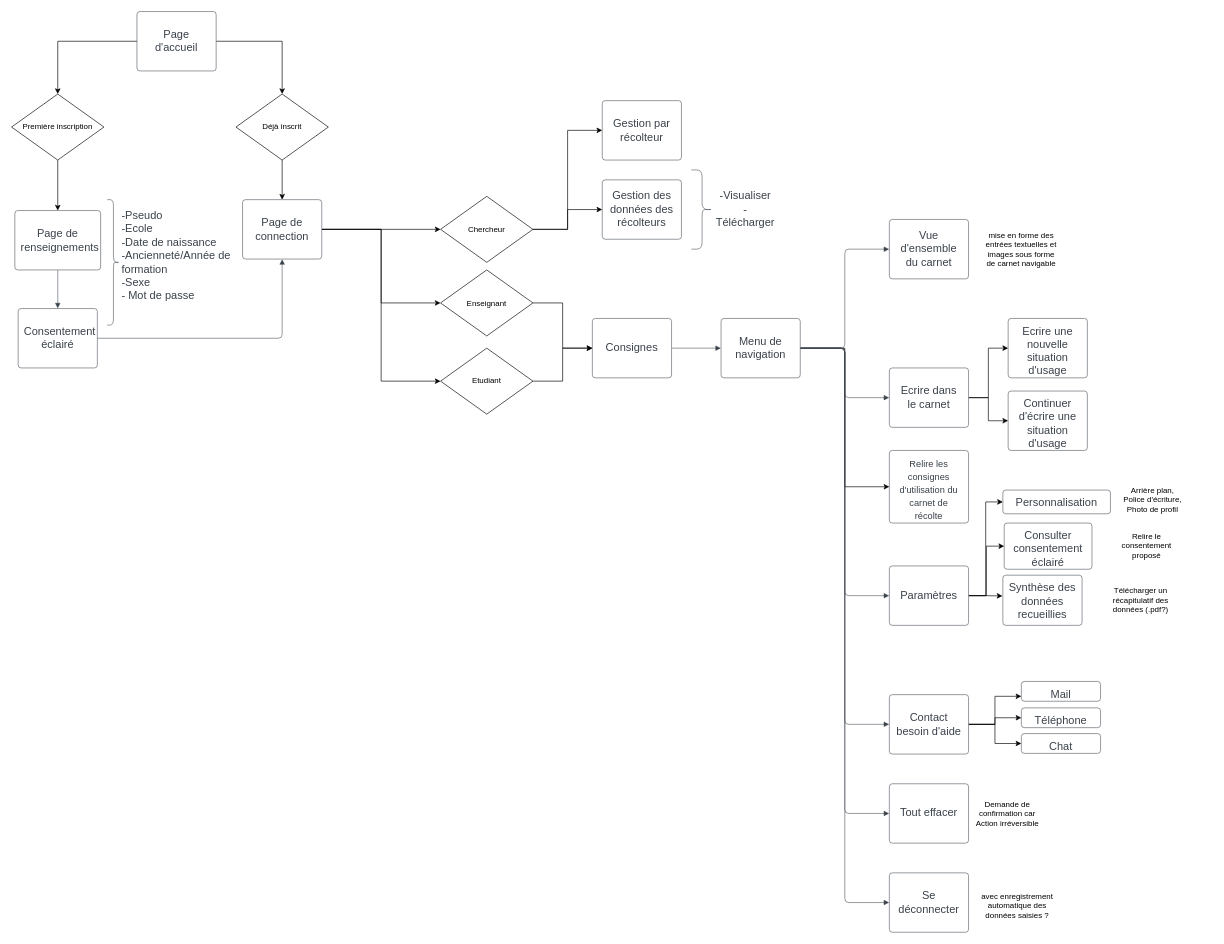
The draw.io diagram carnet_siteweb.drawio in OnzeUn/carnetV0, before the edit. Source tidied: cells renumbered, new cells numbered last; positions are measured from the earlier drawing's top-left corner, leaving out a move shared by most shapes. Both pictures are drawn from the tidied source at 66%, with x=0, y=0 at pixel (11, 11).
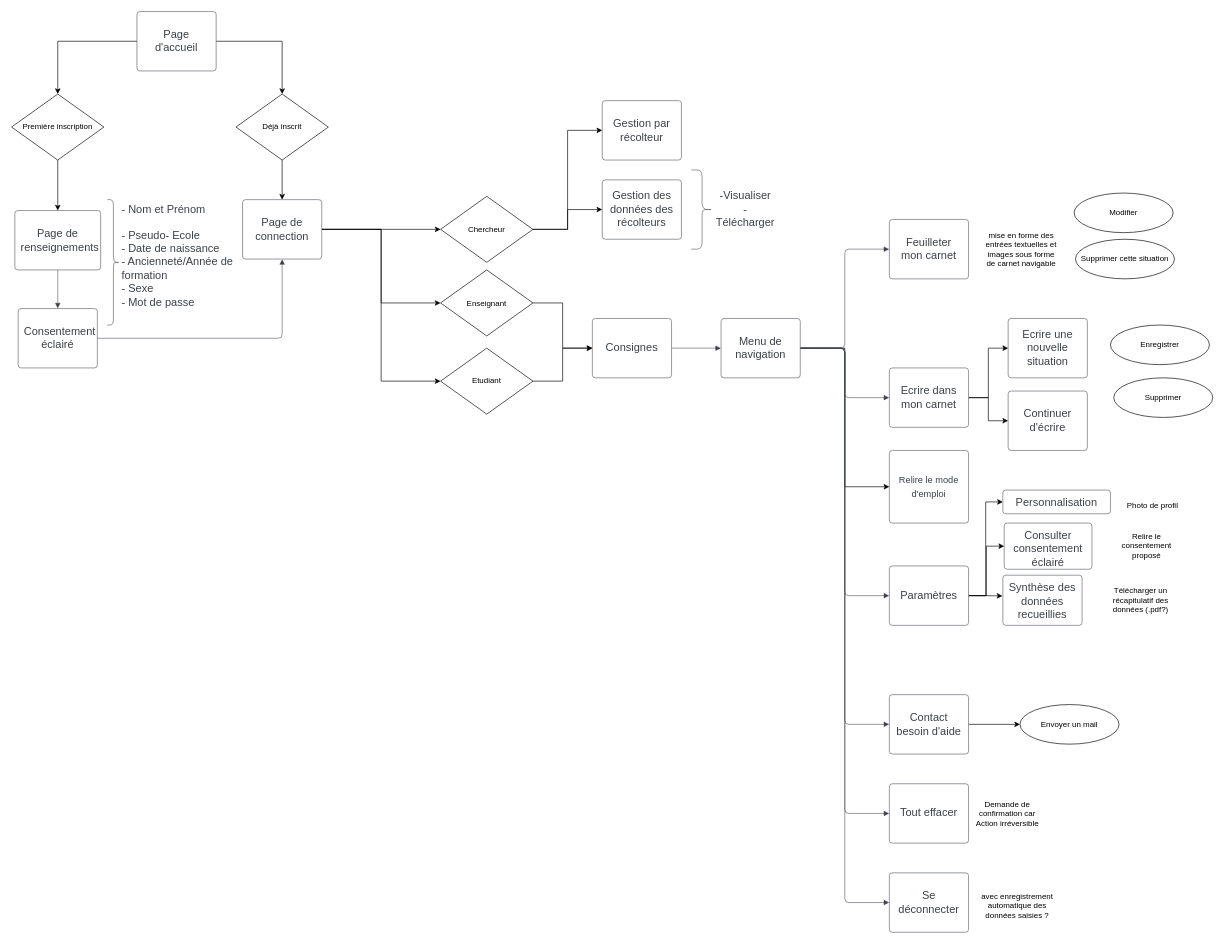
The same page after the edit.

Commit message:
Mettre à jour carnet_siteweb.drawio

The change refers to these unchanged cells:
```xml
<mxCell id="23" value="Contact besoin d'aide" style="html=1;overflow=block;blockSpacing=1;whiteSpace=wrap;fontSize=16.7;fontColor=#3a414a;spacing=9;strokeColor=#3a414a;strokeOpacity=100;rounded=1;absoluteArcSize=1;arcSize=9;strokeWidth=0.8;" parent="1" vertex="1">
  <mxGeometry x="1330" y="1035" width="120" height="90" as="geometry" />
</mxCell>
<mxCell id="37" style="strokeColor=none;fillColor=none;whiteSpace=wrap;fontSize=16.7;fontColor=#3a414a;spacing=3.8;strokeOpacity=100;rounded=1;absoluteArcSize=1;arcSize=9;strokeWidth=0.8;html=1;" parent="1" vertex="1">
  <mxGeometry x="145" y="285" width="195" height="190" as="geometry" />
</mxCell>
```

Diff of the diagram source:
```diff
@@
-    <mxCell id="12" value="Vue d'ensemble du carnet" style="html=1;overflow=block;blockSpacing=1;whiteSpace=wrap;fontSize=16.7;fontColor=#3a414a;spacing=9;strokeColor=#3a414a;strokeOpacity=100;rounded=1;absoluteArcSize=1;arcSize=9;strokeWidth=0.8;" parent="1" vertex="1">
+    <mxCell id="12" value="Feuilleter mon carnet" style="html=1;overflow=block;blockSpacing=1;whiteSpace=wrap;fontSize=16.7;fontColor=#3a414a;spacing=9;strokeColor=#3a414a;strokeOpacity=100;rounded=1;absoluteArcSize=1;arcSize=9;strokeWidth=0.8;" parent="1" vertex="1">
       <mxGeometry x="1330" y="315" width="120" height="90" as="geometry" />
     </mxCell>
@@
-    <mxCell id="15" value="Ecrire dans le carnet" style="html=1;overflow=block;blockSpacing=1;whiteSpace=wrap;fontSize=16.7;fontColor=#3a414a;spacing=9;strokeColor=#3a414a;strokeOpacity=100;rounded=1;absoluteArcSize=1;arcSize=9;strokeWidth=0.8;" parent="1" vertex="1">
+    <mxCell id="15" value="Ecrire dans mon carnet" style="html=1;overflow=block;blockSpacing=1;whiteSpace=wrap;fontSize=16.7;fontColor=#3a414a;spacing=9;strokeColor=#3a414a;strokeOpacity=100;rounded=1;absoluteArcSize=1;arcSize=9;strokeWidth=0.8;" parent="1" vertex="1">
       <mxGeometry x="1330" y="540" width="120" height="90" as="geometry" />
     </mxCell>
@@
-    <mxCell id="20" style="edgeStyle=orthogonalEdgeStyle;rounded=0;jettySize=auto;html=1;entryX=0;entryY=0.75;entryDx=0;entryDy=0;" parent="1" edge="1" source="23" target="50">
-      <mxGeometry relative="1" as="geometry" />
-    </mxCell>
-    <mxCell id="21" style="edgeStyle=orthogonalEdgeStyle;rounded=0;jettySize=auto;html=1;entryX=0;entryY=0.5;entryDx=0;entryDy=0;" parent="1" edge="1" source="23" target="49">
-      <mxGeometry relative="1" as="geometry" />
-    </mxCell>
-    <mxCell id="22" style="edgeStyle=orthogonalEdgeStyle;rounded=0;jettySize=auto;html=1;entryX=0;entryY=0.5;entryDx=0;entryDy=0;" parent="1" edge="1" source="23" target="48">
-      <mxGeometry relative="1" as="geometry" />
-    </mxCell>
+    <mxCell id="71" style="edgeStyle=orthogonalEdgeStyle;rounded=0;jettySize=auto;html=1;entryX=0;entryY=0.5;entryDx=0;entryDy=0;" parent="1" edge="1" source="23" target="76">
+      <mxGeometry relative="1" as="geometry" />
+    </mxCell>
@@
-    <mxCell id="39" value="-Pseudo&#10;-Ecole&#10;-Date de naissance&#10;-Ancienneté/Année de formation&#10;-Sexe&#10;- Mot de passe&#10;" style="strokeColor=none;fillColor=none;whiteSpace=wrap;fontSize=16.7;fontColor=#3a414a;spacing=3.8;strokeOpacity=100;rounded=1;absoluteArcSize=1;arcSize=9;strokeWidth=0.8;align=left;" parent="37" vertex="1">
+    <mxCell id="39" value="- Nom et Prénom&#10;&#10;- Pseudo- Ecole&#10;- Date de naissance&#10;- Ancienneté/Année de formation&#10;- Sexe&#10;- Mot de passe&#10;" style="strokeColor=none;fillColor=none;whiteSpace=wrap;fontSize=16.7;fontColor=#3a414a;spacing=3.8;strokeOpacity=100;rounded=1;absoluteArcSize=1;arcSize=9;strokeWidth=0.8;align=left;" parent="37" vertex="1">
       <mxGeometry x="18.8" width="176.2" height="190" as="geometry" />
     </mxCell>
@@
-    <mxCell id="48" value="Chat" style="html=1;overflow=block;blockSpacing=1;whiteSpace=wrap;fontSize=16.7;fontColor=#3a414a;spacing=9;strokeColor=#3a414a;strokeOpacity=100;rounded=1;absoluteArcSize=1;arcSize=9;strokeWidth=0.8;" parent="1" vertex="1">
-      <mxGeometry x="1530" y="1094" width="120" height="30" as="geometry" />
-    </mxCell>
-    <mxCell id="49" value="Téléphone" style="html=1;overflow=block;blockSpacing=1;whiteSpace=wrap;fontSize=16.7;fontColor=#3a414a;spacing=9;strokeColor=#3a414a;strokeOpacity=100;rounded=1;absoluteArcSize=1;arcSize=9;strokeWidth=0.8;" parent="1" vertex="1">
-      <mxGeometry x="1530" y="1055" width="120" height="30" as="geometry" />
-    </mxCell>
-    <mxCell id="50" value="Mail" style="html=1;overflow=block;blockSpacing=1;whiteSpace=wrap;fontSize=16.7;fontColor=#3a414a;spacing=9;strokeColor=#3a414a;strokeOpacity=100;rounded=1;absoluteArcSize=1;arcSize=9;strokeWidth=0.8;" parent="1" vertex="1">
-      <mxGeometry x="1530" y="1015" width="120" height="30" as="geometry" />
-    </mxCell>
@@
-    <mxCell id="52" value="&lt;div&gt;Arrière plan, Police d'écriture,&lt;/div&gt;&lt;div&gt;Photo de profil&lt;br&gt;&lt;/div&gt;" style="text;html=1;strokeColor=none;fillColor=none;align=center;verticalAlign=middle;whiteSpace=wrap;rounded=0;" parent="1" vertex="1">
+    <mxCell id="52" value="&lt;div&gt;&lt;br&gt;&lt;/div&gt;&lt;div&gt;Photo de profil&lt;br&gt;&lt;/div&gt;" style="text;html=1;strokeColor=none;fillColor=none;align=center;verticalAlign=middle;whiteSpace=wrap;rounded=0;" parent="1" vertex="1">
       <mxGeometry x="1678" y="718" width="102" height="43" as="geometry" />
     </mxCell>
@@
-    <mxCell id="55" value="Ecrire une nouvelle situation d'usage" style="html=1;overflow=block;blockSpacing=1;whiteSpace=wrap;fontSize=16.7;fontColor=#3a414a;spacing=9;strokeColor=#3a414a;strokeOpacity=100;rounded=1;absoluteArcSize=1;arcSize=9;strokeWidth=0.8;" parent="1" vertex="1">
+    <mxCell id="55" value="Ecrire une nouvelle situation " style="html=1;overflow=block;blockSpacing=1;whiteSpace=wrap;fontSize=16.7;fontColor=#3a414a;spacing=9;strokeColor=#3a414a;strokeOpacity=100;rounded=1;absoluteArcSize=1;arcSize=9;strokeWidth=0.8;" parent="1" vertex="1">
       <mxGeometry x="1510" y="465" width="120" height="90" as="geometry" />
     </mxCell>
-    <mxCell id="56" value="Continuer d'écrire une situation d'usage" style="html=1;overflow=block;blockSpacing=1;whiteSpace=wrap;fontSize=16.7;fontColor=#3a414a;spacing=9;strokeColor=#3a414a;strokeOpacity=100;rounded=1;absoluteArcSize=1;arcSize=9;strokeWidth=0.8;" parent="1" vertex="1">
+    <mxCell id="56" value="Continuer d'écrire " style="html=1;overflow=block;blockSpacing=1;whiteSpace=wrap;fontSize=16.7;fontColor=#3a414a;spacing=9;strokeColor=#3a414a;strokeOpacity=100;rounded=1;absoluteArcSize=1;arcSize=9;strokeWidth=0.8;" parent="1" vertex="1">
       <mxGeometry x="1510" y="575" width="120" height="90" as="geometry" />
     </mxCell>
-    <mxCell id="57" value="&lt;font style=&quot;font-size: 14px;&quot;&gt;Relire les consignes d'utilisation du carnet de récolte&lt;br&gt;&lt;/font&gt;" style="html=1;overflow=block;blockSpacing=1;whiteSpace=wrap;fontSize=16.7;fontColor=#3a414a;spacing=9;strokeColor=#3a414a;strokeOpacity=100;rounded=1;absoluteArcSize=1;arcSize=9;strokeWidth=0.8;" parent="1" vertex="1">
+    <mxCell id="57" value="&lt;font style=&quot;font-size: 14px;&quot;&gt;Relire le mode d'emploi&lt;br&gt;&lt;/font&gt;" style="html=1;overflow=block;blockSpacing=1;whiteSpace=wrap;fontSize=16.7;fontColor=#3a414a;spacing=9;strokeColor=#3a414a;strokeOpacity=100;rounded=1;absoluteArcSize=1;arcSize=9;strokeWidth=0.8;" parent="1" vertex="1">
       <mxGeometry x="1330" y="665" width="120" height="110" as="geometry" />
     </mxCell>
@@
+    <mxCell id="72" value="Modifier" style="ellipse;whiteSpace=wrap;html=1;" parent="1" vertex="1">
+      <mxGeometry x="1610" y="275" width="150" height="60" as="geometry" />
+    </mxCell>
+    <mxCell id="73" value="Supprimer cette situation" style="ellipse;whiteSpace=wrap;html=1;" parent="1" vertex="1">
+      <mxGeometry x="1612" y="345" width="150" height="60" as="geometry" />
+    </mxCell>
+    <mxCell id="74" value="Enregistrer" style="ellipse;whiteSpace=wrap;html=1;" parent="1" vertex="1">
+      <mxGeometry x="1665" y="475" width="150" height="60" as="geometry" />
+    </mxCell>
+    <mxCell id="75" value="Supprimer" style="ellipse;whiteSpace=wrap;html=1;" parent="1" vertex="1">
+      <mxGeometry x="1670" y="555" width="150" height="60" as="geometry" />
+    </mxCell>
+    <mxCell id="76" value="Envoyer un mail" style="ellipse;whiteSpace=wrap;html=1;" parent="1" vertex="1">
+      <mxGeometry x="1528" y="1050" width="150" height="60" as="geometry" />
+    </mxCell>
```
